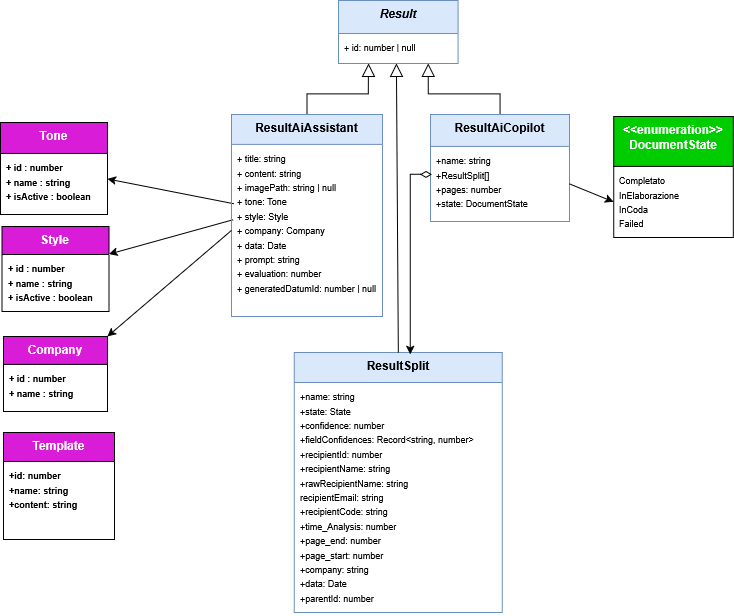
The draw.io diagram PB/SPECIFICA TECNICA/ImmaginiSpecificaTecnica/Frontend/ResultHierarchy.png in BugBustersUnipd/DocumentazioneSWE, before a commit. Source tidied: cells renumbered, new cells last; positions are measured from the earlier drawing's top-left corner, leaving out a move shared by most shapes.
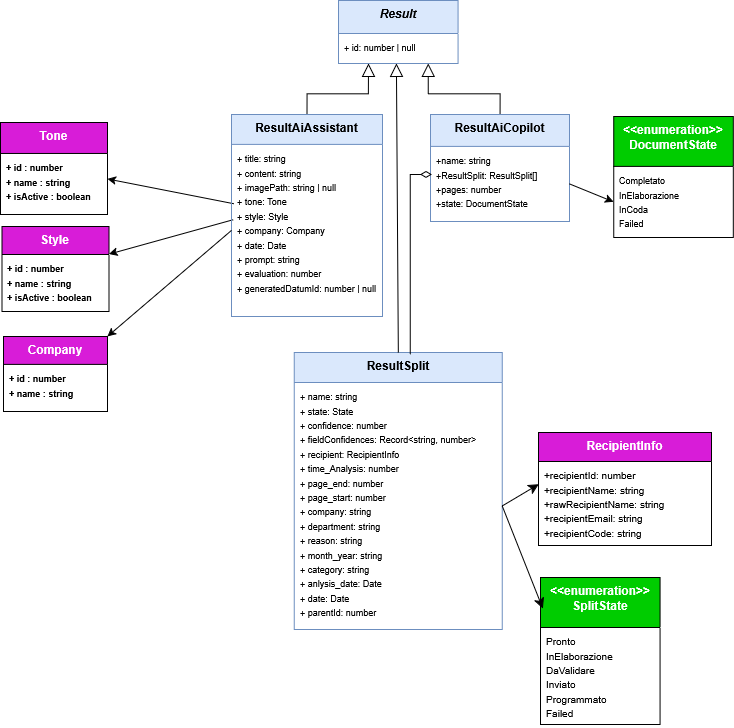
After the commit.

Commit message:
aggiornata immagine gerarchia result, aggiunto recepientinfo e le interface e enum per le dialog

What changed in the source:
```diff
@@ -11,7 +11,7 @@
     <mxCell id="4" value="ResultAiCopilot" style="swimlane;fontStyle=1;align=center;verticalAlign=top;horizontal=1;startSize=32;whiteSpace=wrap;html=1;labelBackgroundColor=none;fillColor=light-dark(#DAE8FC,#007FFF);strokeColor=#6c8ebf;" parent="1" vertex="1">
       <mxGeometry x="430" y="113.9" width="139" height="107" as="geometry" />
     </mxCell>
-    <mxCell id="5" value="&lt;font style=&quot;font-size: 9px;&quot;&gt;+name: string&lt;/font&gt;&lt;div&gt;&lt;font style=&quot;font-size: 9px;&quot;&gt;+ResultSplit[]&lt;/font&gt;&lt;/div&gt;&lt;div&gt;&lt;font style=&quot;font-size: 9px;&quot;&gt;+pages: number&lt;/font&gt;&lt;/div&gt;&lt;div&gt;&lt;font style=&quot;font-size: 9px;&quot;&gt;+state: DocumentState&lt;/font&gt;&lt;/div&gt;" style="text;strokeColor=none;fillColor=none;align=left;verticalAlign=top;spacingLeft=4;spacingRight=4;overflow=hidden;points=[[0,0.5],[1,0.5]];portConstraint=eastwest;whiteSpace=wrap;html=1;labelBackgroundColor=none;" parent="4" vertex="1">
+    <mxCell id="5" value="&lt;font style=&quot;font-size: 9px;&quot;&gt;+name: string&lt;/font&gt;&lt;div&gt;&lt;font style=&quot;font-size: 9px;&quot;&gt;+ResultSplit: ResultSplit[]&lt;/font&gt;&lt;/div&gt;&lt;div&gt;&lt;font style=&quot;font-size: 9px;&quot;&gt;+pages: number&lt;/font&gt;&lt;/div&gt;&lt;div&gt;&lt;font style=&quot;font-size: 9px;&quot;&gt;+state: DocumentState&lt;/font&gt;&lt;/div&gt;" style="text;strokeColor=none;fillColor=none;align=left;verticalAlign=top;spacingLeft=4;spacingRight=4;overflow=hidden;points=[[0,0.5],[1,0.5]];portConstraint=eastwest;whiteSpace=wrap;html=1;labelBackgroundColor=none;" parent="4" vertex="1">
       <mxGeometry y="32" width="139" height="75" as="geometry" />
     </mxCell>
     <mxCell id="6" style="edgeStyle=orthogonalEdgeStyle;rounded=0;jettySize=auto;html=1;exitX=0.5;exitY=0;exitDx=0;exitDy=0;entryX=0.25;entryY=1;entryDx=0;entryDy=0;endArrow=block;endFill=0;endSize=11;" parent="1" edge="1" source="9" target="2">
@@ -26,14 +26,14 @@
     <mxCell id="9" value="ResultAiAssistant&lt;div&gt;&lt;br&gt;&lt;/div&gt;" style="swimlane;fontStyle=1;align=center;verticalAlign=top;horizontal=1;startSize=30;whiteSpace=wrap;html=1;labelBackgroundColor=none;fillColor=light-dark(#DAE8FC,#007FFF);strokeColor=#6c8ebf;" parent="1" vertex="1">
       <mxGeometry x="231" y="113.9" width="151" height="202" as="geometry" />
     </mxCell>
-    <mxCell id="10" value="&lt;div&gt;&lt;font style=&quot;font-size: 9px;&quot;&gt;+ title: string&amp;nbsp;&lt;/font&gt;&lt;/div&gt;&lt;div&gt;&lt;font style=&quot;font-size: 9px;&quot;&gt;+ content: string&lt;/font&gt;&lt;/div&gt;&lt;div&gt;&lt;font style=&quot;font-size: 9px;&quot;&gt;+ imagePath: string | null&lt;/font&gt;&lt;/div&gt;&lt;div&gt;&lt;font style=&quot;font-size: 9px;&quot;&gt;+ tone: Tone&lt;/font&gt;&lt;/div&gt;&lt;div&gt;&lt;font style=&quot;font-size: 9px;&quot;&gt;+ style: Style&lt;/font&gt;&lt;/div&gt;&lt;div&gt;&lt;font style=&quot;font-size: 9px;&quot;&gt;+ company: Company&amp;nbsp;&lt;/font&gt;&lt;/div&gt;&lt;div&gt;&lt;font style=&quot;font-size: 9px;&quot;&gt;+ data: Date&lt;/font&gt;&lt;/div&gt;&lt;div&gt;&lt;font style=&quot;font-size: 9px;&quot;&gt;+ prompt: string&amp;nbsp;&lt;/font&gt;&lt;/div&gt;&lt;div&gt;&lt;font style=&quot;font-size: 9px;&quot;&gt;+ evaluation: number&lt;/font&gt;&lt;/div&gt;&lt;div&gt;&lt;font style=&quot;font-size: 9px;&quot;&gt;+ generatedDatumId: number | null&lt;/font&gt;&lt;/div&gt;" style="text;strokeColor=none;fillColor=none;align=left;verticalAlign=top;spacingLeft=4;spacingRight=4;overflow=hidden;points=[[0,0.5],[1,0.5]];portConstraint=eastwest;whiteSpace=wrap;html=1;labelBackgroundColor=none;" parent="9" vertex="1">
+    <mxCell id="10" value="&lt;div&gt;&lt;font style=&quot;font-size: 9px;&quot;&gt;+ title: string&amp;nbsp;&lt;/font&gt;&lt;/div&gt;&lt;div&gt;&lt;font style=&quot;font-size: 9px;&quot;&gt;+ content: string&lt;/font&gt;&lt;/div&gt;&lt;div&gt;&lt;font style=&quot;font-size: 9px;&quot;&gt;+ imagePath: string | null&lt;/font&gt;&lt;/div&gt;&lt;div&gt;&lt;font style=&quot;font-size: 9px;&quot;&gt;+ tone: Tone&lt;/font&gt;&lt;/div&gt;&lt;div&gt;&lt;font style=&quot;font-size: 9px;&quot;&gt;+ style: Style&lt;/font&gt;&lt;/div&gt;&lt;div&gt;&lt;font style=&quot;font-size: 9px;&quot;&gt;+ company: Company&amp;nbsp;&lt;/font&gt;&lt;/div&gt;&lt;div&gt;&lt;font style=&quot;font-size: 9px;&quot;&gt;+ date: Date&lt;/font&gt;&lt;/div&gt;&lt;div&gt;&lt;font style=&quot;font-size: 9px;&quot;&gt;+ prompt: string&amp;nbsp;&lt;/font&gt;&lt;/div&gt;&lt;div&gt;&lt;font style=&quot;font-size: 9px;&quot;&gt;+ evaluation: number&lt;/font&gt;&lt;/div&gt;&lt;div&gt;&lt;font style=&quot;font-size: 9px;&quot;&gt;+ generatedDatumId: number | null&lt;/font&gt;&lt;/div&gt;" style="text;strokeColor=none;fillColor=none;align=left;verticalAlign=top;spacingLeft=4;spacingRight=4;overflow=hidden;points=[[0,0.5],[1,0.5]];portConstraint=eastwest;whiteSpace=wrap;html=1;labelBackgroundColor=none;" parent="9" vertex="1">
       <mxGeometry y="30" width="151" height="172" as="geometry" />
     </mxCell>
     <mxCell id="11" value="ResultSplit&lt;div&gt;&lt;br&gt;&lt;/div&gt;" style="swimlane;fontStyle=1;align=center;verticalAlign=top;horizontal=1;startSize=30;whiteSpace=wrap;html=1;labelBackgroundColor=none;fillColor=light-dark(#DAE8FC,#007FFF);strokeColor=#6c8ebf;" parent="1" vertex="1">
-      <mxGeometry x="293.8" y="352" width="208" height="260" as="geometry" />
+      <mxGeometry x="293.8" y="352" width="208" height="277" as="geometry" />
     </mxCell>
-    <mxCell id="12" value="&lt;font style=&quot;font-size: 9px;&quot;&gt;+name: string&lt;/font&gt;&lt;div&gt;&lt;font style=&quot;font-size: 9px;&quot;&gt;&lt;span style=&quot;background-color: transparent; color: light-dark(rgb(0, 0, 0), rgb(255, 255, 255));&quot;&gt;+state: State&lt;/span&gt;&lt;/font&gt;&lt;div&gt;&lt;font style=&quot;font-size: 9px;&quot;&gt;+confidence: number&lt;/font&gt;&lt;/div&gt;&lt;div&gt;&lt;font style=&quot;font-size: 9px;&quot;&gt;+fieldConfidences: Record&amp;lt;string, number&amp;gt;&lt;/font&gt;&lt;/div&gt;&lt;div&gt;&lt;font style=&quot;font-size: 9px;&quot;&gt;+recipientId: number&lt;/font&gt;&lt;/div&gt;&lt;div&gt;&lt;font style=&quot;font-size: 9px;&quot;&gt;+recipientName: string&lt;/font&gt;&lt;/div&gt;&lt;div&gt;&lt;font style=&quot;font-size: 9px;&quot;&gt;+rawRecipientName: string&lt;/font&gt;&lt;/div&gt;&lt;div&gt;&lt;font style=&quot;font-size: 9px;&quot;&gt;recipientEmail: string&lt;/font&gt;&lt;/div&gt;&lt;div&gt;&lt;font style=&quot;font-size: 9px;&quot;&gt;+recipientCode: string&lt;/font&gt;&lt;/div&gt;&lt;div&gt;&lt;font style=&quot;font-size: 9px;&quot;&gt;+time_Analysis: number&lt;/font&gt;&lt;/div&gt;&lt;div&gt;&lt;font style=&quot;font-size: 9px;&quot;&gt;+page_end: number&lt;/font&gt;&lt;/div&gt;&lt;div&gt;&lt;font style=&quot;font-size: 9px;&quot;&gt;+page_start: number&lt;/font&gt;&lt;/div&gt;&lt;div&gt;&lt;font style=&quot;font-size: 9px;&quot;&gt;+company: string&lt;/font&gt;&lt;/div&gt;&lt;div&gt;&lt;font style=&quot;font-size: 9px;&quot;&gt;+data: Date&lt;/font&gt;&lt;/div&gt;&lt;div&gt;&lt;font style=&quot;font-size: 9px;&quot;&gt;+parentId: number&lt;/font&gt;&lt;/div&gt;&lt;/div&gt;" style="text;strokeColor=none;fillColor=none;align=left;verticalAlign=top;spacingLeft=4;spacingRight=4;overflow=hidden;points=[[0,0.5],[1,0.5]];portConstraint=eastwest;whiteSpace=wrap;html=1;labelBackgroundColor=none;" parent="11" vertex="1">
-      <mxGeometry y="30" width="208" height="230" as="geometry" />
+    <mxCell id="12" value="&lt;font style=&quot;font-size: 9px;&quot;&gt;+ name: string&lt;/font&gt;&lt;div&gt;&lt;font style=&quot;font-size: 9px;&quot;&gt;&lt;span style=&quot;background-color: transparent; color: light-dark(rgb(0, 0, 0), rgb(255, 255, 255));&quot;&gt;+ state: State&lt;/span&gt;&lt;/font&gt;&lt;div&gt;&lt;font style=&quot;font-size: 9px;&quot;&gt;+ confidence: number&lt;/font&gt;&lt;/div&gt;&lt;div&gt;&lt;font style=&quot;font-size: 9px;&quot;&gt;+ fieldConfidences: Record&amp;lt;string, number&amp;gt;&lt;/font&gt;&lt;/div&gt;&lt;div&gt;&lt;font style=&quot;font-size: 9px;&quot;&gt;+ recipient: RecipientInfo&lt;/font&gt;&lt;/div&gt;&lt;div&gt;&lt;font style=&quot;font-size: 9px;&quot;&gt;+ time_Analysis: number&lt;/font&gt;&lt;/div&gt;&lt;div&gt;&lt;font style=&quot;font-size: 9px;&quot;&gt;+ page_end: number&lt;/font&gt;&lt;/div&gt;&lt;div&gt;&lt;font style=&quot;font-size: 9px;&quot;&gt;+ page_start: number&lt;/font&gt;&lt;/div&gt;&lt;div&gt;&lt;font style=&quot;font-size: 9px;&quot;&gt;+ company: string&lt;/font&gt;&lt;/div&gt;&lt;div&gt;&lt;font style=&quot;font-size: 9px;&quot;&gt;+ department: string&lt;/font&gt;&lt;/div&gt;&lt;div&gt;&lt;font style=&quot;font-size: 9px;&quot;&gt;+ reason: string&lt;/font&gt;&lt;/div&gt;&lt;div&gt;&lt;font style=&quot;font-size: 9px;&quot;&gt;+ month_year: string&lt;/font&gt;&lt;/div&gt;&lt;div&gt;&lt;font style=&quot;font-size: 9px;&quot;&gt;+ category: string&lt;/font&gt;&lt;/div&gt;&lt;div&gt;&lt;font style=&quot;font-size: 9px;&quot;&gt;+ anlysis_date: Date&lt;/font&gt;&lt;/div&gt;&lt;div&gt;&lt;font style=&quot;font-size: 9px;&quot;&gt;+ date: Date&lt;/font&gt;&lt;/div&gt;&lt;div&gt;&lt;font style=&quot;font-size: 9px;&quot;&gt;+ parentId: number&lt;/font&gt;&lt;/div&gt;&lt;/div&gt;" style="text;strokeColor=none;fillColor=none;align=left;verticalAlign=top;spacingLeft=4;spacingRight=4;overflow=hidden;points=[[0,0.5],[1,0.5]];portConstraint=eastwest;whiteSpace=wrap;html=1;labelBackgroundColor=none;" parent="11" vertex="1">
+      <mxGeometry y="30" width="208" height="247" as="geometry" />
     </mxCell>
     <mxCell id="13" style="edgeStyle=orthogonalEdgeStyle;rounded=0;jettySize=auto;html=1;exitX=0.5;exitY=0;exitDx=0;exitDy=0;endArrow=block;endFill=0;endSize=11;entryX=0.75;entryY=1;entryDx=0;entryDy=0;" parent="1" edge="1" source="4" target="2">
       <mxGeometry relative="1" as="geometry" />
@@ -71,14 +71,26 @@
     <mxCell id="24" style="shape=connector;rounded=0;jettySize=auto;html=1;exitX=0.5;exitY=0;exitDx=0;exitDy=0;entryX=0.484;entryY=1;entryDx=0;entryDy=0;entryPerimeter=0;strokeColor=default;align=center;verticalAlign=middle;fontFamily=Helvetica;fontSize=11;fontColor=default;labelBackgroundColor=default;endArrow=block;endFill=0;endSize=11;" parent="1" edge="1" source="11" target="3">
       <mxGeometry relative="1" as="geometry" />
     </mxCell>
-    <mxCell id="25" style="shape=connector;rounded=0;jettySize=auto;html=1;exitX=0.01;exitY=0.373;exitDx=0;exitDy=0;strokeColor=default;align=center;verticalAlign=middle;fontFamily=Helvetica;fontSize=11;fontColor=default;labelBackgroundColor=default;endArrow=classic;endFill=1;endSize=6;startArrow=diamondThin;startFill=0;startSize=9;exitPerimeter=0;edgeStyle=orthogonalEdgeStyle;entryX=0.557;entryY=0.007;entryDx=0;entryDy=0;entryPerimeter=0;" parent="1" edge="1" source="5" target="11">
+    <mxCell id="25" style="shape=connector;rounded=0;jettySize=auto;html=1;exitX=0.01;exitY=0.373;exitDx=0;exitDy=0;strokeColor=default;align=center;verticalAlign=middle;fontFamily=Helvetica;fontSize=11;fontColor=default;labelBackgroundColor=default;endArrow=none;endFill=0;endSize=6;startArrow=diamondThin;startFill=0;startSize=9;exitPerimeter=0;edgeStyle=orthogonalEdgeStyle;entryX=0.557;entryY=0.007;entryDx=0;entryDy=0;entryPerimeter=0;" parent="1" edge="1" source="5" target="11">
       <mxGeometry relative="1" as="geometry" />
     </mxCell>
-    <mxCell id="26" value="&lt;span style=&quot;color: rgb(255, 255, 255);&quot;&gt;Template&lt;/span&gt;" style="swimlane;fontStyle=1;align=center;verticalAlign=top;horizontal=1;startSize=29;whiteSpace=wrap;html=1;labelBackgroundColor=none;fillColor=#D81CD8;strokeColor=default;fontFamily=Helvetica;fontSize=12;fontColor=default;" parent="1" vertex="1">
-      <mxGeometry x="3" y="432" width="111" height="107" as="geometry" />
+    <mxCell id="26" value="RecipientInfo" style="swimlane;fontStyle=1;align=center;verticalAlign=top;horizontal=1;startSize=29;whiteSpace=wrap;html=1;labelBackgroundColor=none;fillColor=#D81CD8;strokeColor=default;fontColor=#ffffff;" parent="1" vertex="1">
+      <mxGeometry x="538" y="432" width="173" height="113" as="geometry" />
     </mxCell>
-    <mxCell id="27" value="&lt;font style=&quot;font-size: 9px;&quot;&gt;+id: number&lt;/font&gt;&lt;div&gt;&lt;font style=&quot;font-size: 9px;&quot;&gt;+name: string&lt;/font&gt;&lt;/div&gt;&lt;div&gt;&lt;font style=&quot;font-size: 9px;&quot;&gt;+content: string&lt;/font&gt;&lt;/div&gt;" style="text;strokeColor=none;fillColor=none;align=left;verticalAlign=top;spacingLeft=4;spacingRight=4;overflow=hidden;points=[[0,0.5],[1,0.5]];portConstraint=eastwest;whiteSpace=wrap;html=1;labelBackgroundColor=none;fontFamily=Helvetica;fontSize=12;fontColor=default;fontStyle=1;horizontal=1;" parent="26" vertex="1">
-      <mxGeometry y="29" width="111" height="78" as="geometry" />
+    <mxCell id="27" value="&lt;div&gt;&lt;font size=&quot;1&quot;&gt;+recipientId: number&lt;/font&gt;&lt;/div&gt;&lt;div&gt;&lt;font size=&quot;1&quot;&gt;+recipientName: string&lt;/font&gt;&lt;/div&gt;&lt;div&gt;&lt;font size=&quot;1&quot;&gt;+rawRecipientName: string&lt;/font&gt;&lt;/div&gt;&lt;div&gt;&lt;font size=&quot;1&quot;&gt;+recipientEmail: string&lt;/font&gt;&lt;/div&gt;&lt;div&gt;&lt;font size=&quot;1&quot;&gt;+recipientCode: string&lt;/font&gt;&lt;/div&gt;" style="text;strokeColor=none;fillColor=none;align=left;verticalAlign=top;spacingLeft=4;spacingRight=4;overflow=hidden;points=[[0,0.5],[1,0.5]];portConstraint=eastwest;whiteSpace=wrap;html=1;labelBackgroundColor=none;" parent="26" vertex="1">
+      <mxGeometry y="29" width="173" height="84" as="geometry" />
     </mxCell>
+    <mxCell id="28" value="&lt;span style=&quot;color: rgb(255, 255, 255);&quot;&gt;&amp;lt;&amp;lt;enumeration&amp;gt;&amp;gt;&lt;br&gt;SplitState&lt;/span&gt;" style="swimlane;fontStyle=1;align=center;verticalAlign=top;horizontal=1;startSize=50;whiteSpace=wrap;html=1;labelBackgroundColor=none;fillColor=#00CC00;strokeColor=default;" parent="1" vertex="1">
+      <mxGeometry x="540" y="577" width="119.6" height="147" as="geometry" />
+    </mxCell>
+    <mxCell id="29" value="&lt;div&gt;&lt;font size=&quot;1&quot;&gt;Pronto&lt;/font&gt;&lt;/div&gt;&lt;div&gt;&lt;font size=&quot;1&quot;&gt;InElaborazione&lt;/font&gt;&lt;/div&gt;&lt;div&gt;&lt;font size=&quot;1&quot;&gt;DaValidare&lt;/font&gt;&lt;/div&gt;&lt;div&gt;&lt;font size=&quot;1&quot;&gt;Inviato&lt;/font&gt;&lt;/div&gt;&lt;div&gt;&lt;font size=&quot;1&quot;&gt;Programmato&lt;/font&gt;&lt;/div&gt;&lt;div&gt;&lt;font size=&quot;1&quot;&gt;Failed&lt;/font&gt;&lt;/div&gt;" style="text;strokeColor=none;fillColor=none;align=left;verticalAlign=top;spacingLeft=4;spacingRight=4;overflow=hidden;whiteSpace=wrap;html=1;labelBackgroundColor=none;" parent="28" vertex="1">
+      <mxGeometry y="50" width="119.6" height="97" as="geometry" />
+    </mxCell>
+    <mxCell id="30" style="edgeStyle=none;curved=1;rounded=0;jettySize=auto;html=1;exitX=1;exitY=0.5;exitDx=0;exitDy=0;entryX=0.002;entryY=0.271;entryDx=0;entryDy=0;entryPerimeter=0;fontSize=12;startSize=8;endSize=8;" parent="1" edge="1" source="12" target="27">
+      <mxGeometry relative="1" as="geometry" />
+    </mxCell>
+    <mxCell id="31" style="edgeStyle=none;curved=1;rounded=0;jettySize=auto;html=1;exitX=1;exitY=0.5;exitDx=0;exitDy=0;entryX=0.021;entryY=0.212;entryDx=0;entryDy=0;entryPerimeter=0;fontSize=12;startSize=8;endSize=8;" parent="1" edge="1" source="12" target="28">
+      <mxGeometry relative="1" as="geometry" />
+    </mxCell>
   </root>
 </mxGraphModel>
```
